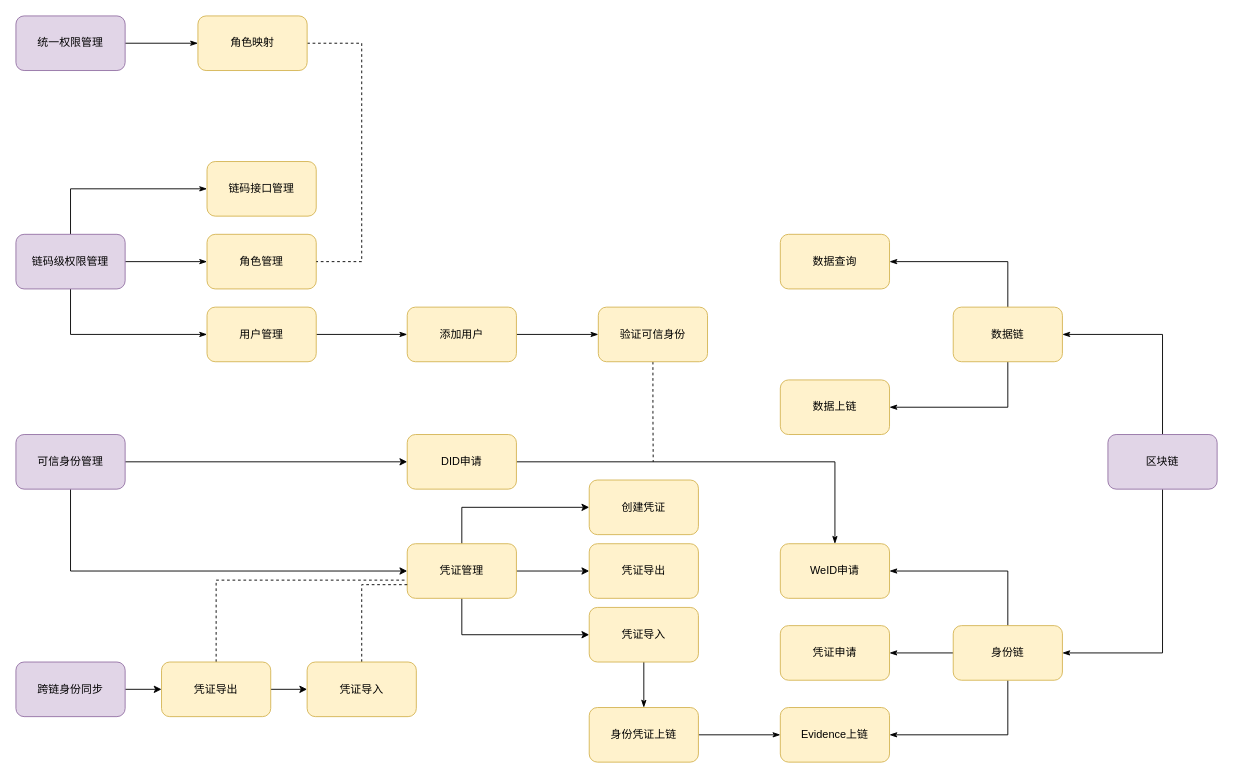
Above: 业务流程图.drawio in doubleBeans/doubleBeans (draw.io), before the change. Source tidied: cells renumbered, new cells numbered last; positions are measured from the earlier drawing's top-left corner, leaving out a move shared by most shapes. Both pictures are drawn from the tidied source at 91%, with x=0, y=0 at pixel (15, 15).
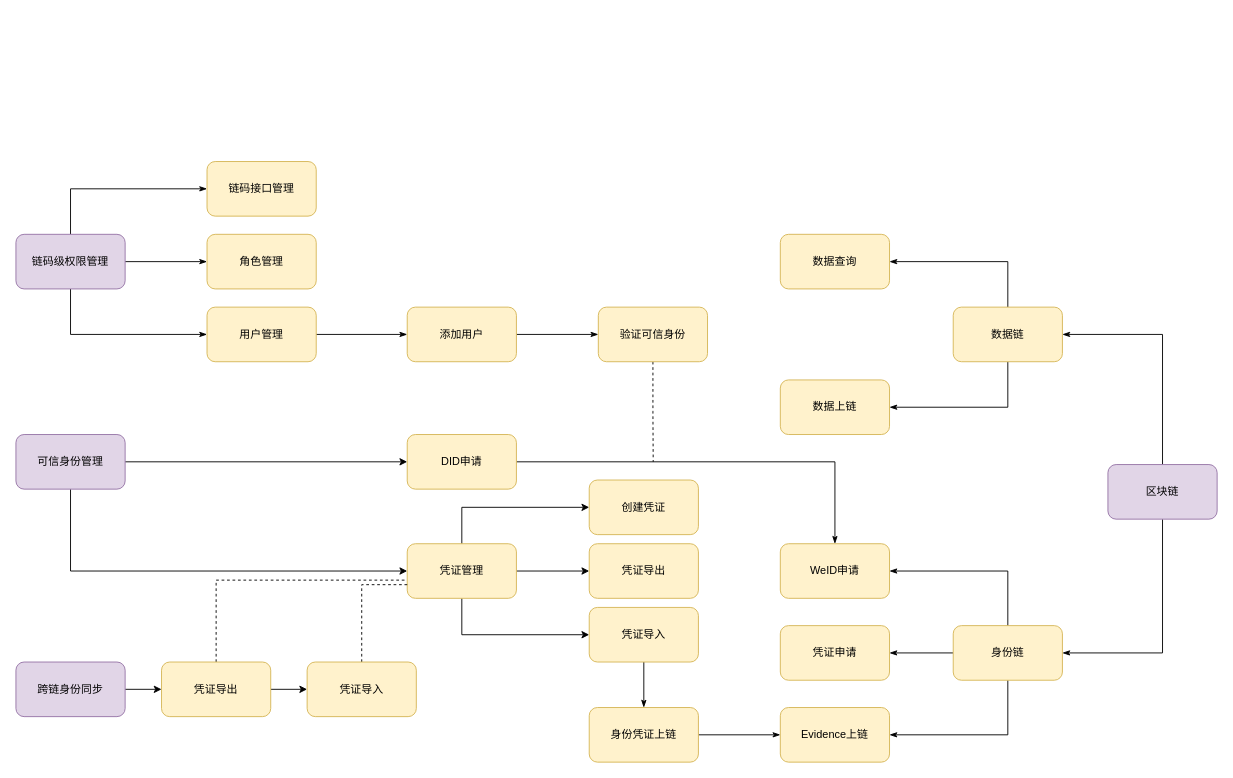
After the change.

Commit message:
Update 业务流程图.drawio

Unchanged cells that the change refers to:
```xml
<mxCell id="40" value="角色管理" style="rounded=1;whiteSpace=wrap;html=1;fillColor=#fff2cc;strokeColor=#d6b656;" parent="1" vertex="1">
  <mxGeometry x="210" y="240" width="120" height="60" as="geometry" />
</mxCell>
```

What changed in the source:
```diff
@@
     <mxCell id="33" value="区块链" style="rounded=1;whiteSpace=wrap;html=1;fillColor=#e1d5e7;strokeColor=#9673a6;" parent="1" vertex="1">
-      <mxGeometry x="1200" y="460" width="120" height="60" as="geometry" />
+      <mxGeometry x="1200" y="493" width="120" height="60" as="geometry" />
     </mxCell>
@@
-    <mxCell id="42" style="edgeStyle=orthogonalEdgeStyle;rounded=0;jettySize=auto;html=1;exitX=1;exitY=0.5;exitDx=0;exitDy=0;entryX=1;entryY=0.5;entryDx=0;entryDy=0;dashed=1;endArrow=none;endFill=0;" parent="1" edge="1" source="43" target="40">
-      <mxGeometry relative="1" as="geometry">
-        <Array as="points">
-          <mxPoint x="380" y="30" />
-          <mxPoint x="380" y="270" />
-        </Array>
-      </mxGeometry>
-    </mxCell>
-    <mxCell id="43" value="角色映射" style="rounded=1;whiteSpace=wrap;html=1;fillColor=#fff2cc;strokeColor=#d6b656;" parent="1" vertex="1">
-      <mxGeometry x="200" width="120" height="60" as="geometry" />
-    </mxCell>
@@
-    <mxCell id="48" style="edgeStyle=orthogonalEdgeStyle;rounded=0;jettySize=auto;html=1;exitX=1;exitY=0.5;exitDx=0;exitDy=0;entryX=0;entryY=0.5;entryDx=0;entryDy=0;endArrow=classicThin;endFill=1;" parent="1" edge="1" source="49" target="43">
-      <mxGeometry relative="1" as="geometry" />
-    </mxCell>
-    <mxCell id="49" value="统一权限管理" style="rounded=1;whiteSpace=wrap;html=1;fillColor=#e1d5e7;strokeColor=#9673a6;" parent="1" vertex="1">
-      <mxGeometry width="120" height="60" as="geometry" />
-    </mxCell>
```
